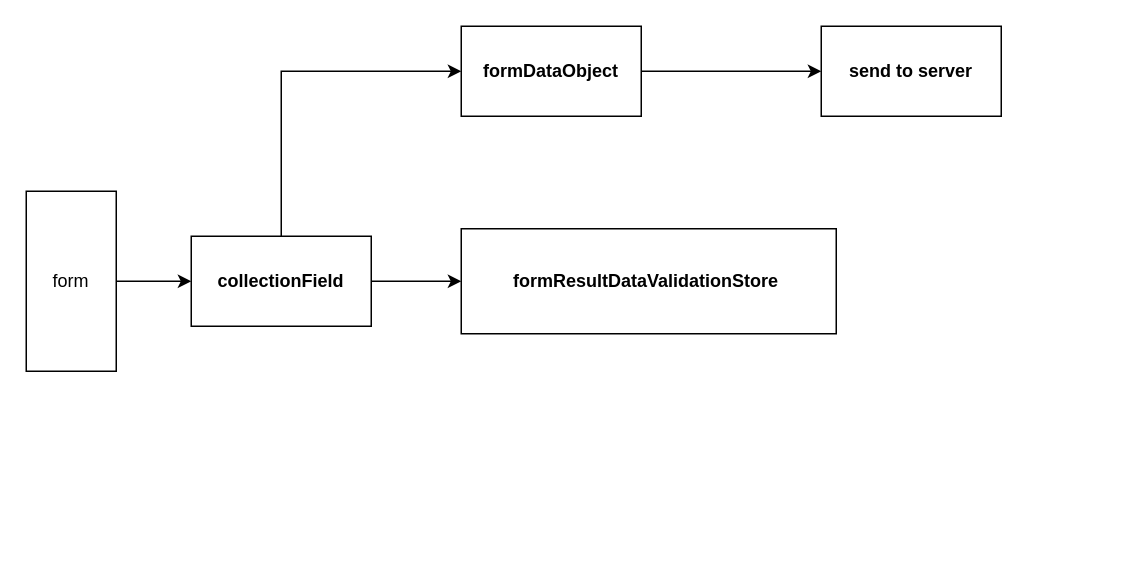
yvelio/test keeps this draw.io diagram as Untitled Diagram.drawio. Above is the earlier version. Source tidied: cells renumbered, new cells numbered last; positions are measured from the earlier drawing's top-left corner, leaving out a move shared by most shapes. Both pictures are drawn from the tidied source at 150%, with x=0, y=0 at pixel (26, 26).
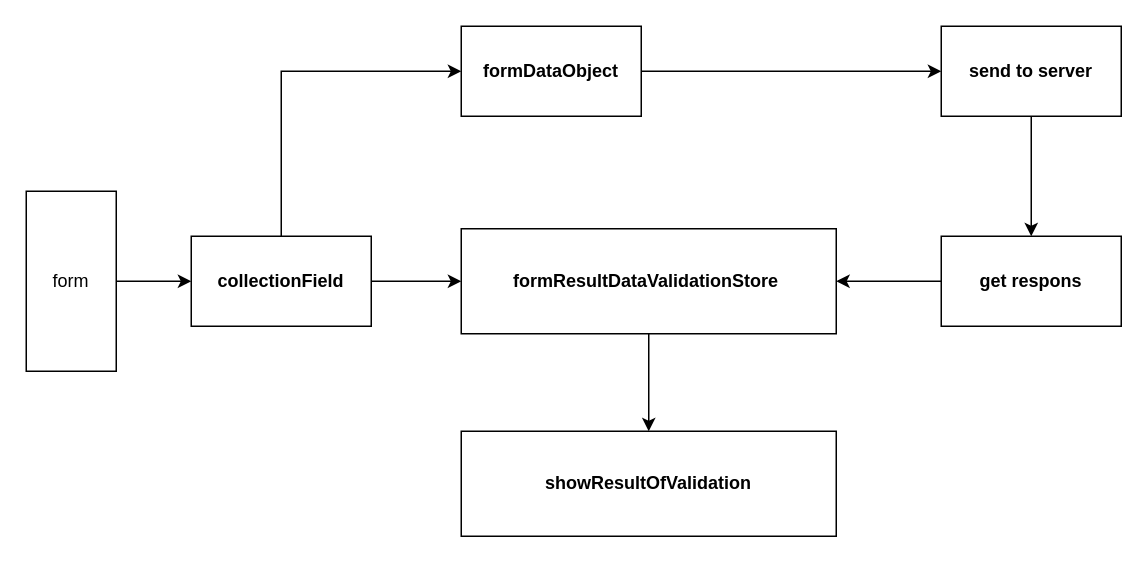
The same page after the edit.

The edit, as a diff of the source:
```diff
@@
 <mxGraphModel>
   <root>
     <mxCell id="0" />
     <mxCell id="1" parent="0" />
+    <mxCell id="11" style="edgeStyle=orthogonalEdgeStyle;rounded=0;jettySize=auto;html=1;entryX=0.5;entryY=0;entryDx=0;entryDy=0;" parent="1" edge="1" source="2" target="15">
+      <mxGeometry relative="1" as="geometry" />
+    </mxCell>
     <mxCell id="2" value="&lt;span style=&quot;font-weight: 600&quot;&gt;formResultDataValidationStore&amp;nbsp;&lt;/span&gt;" style="rounded=0;whiteSpace=wrap;html=1;" parent="1" vertex="1">
       <mxGeometry x="290" y="135" width="250" height="70" as="geometry" />
     </mxCell>
-    <mxCell id="3" style="edgeStyle=orthogonalEdgeStyle;rounded=0;jettySize=auto;html=1;exitX=1;exitY=0.5;exitDx=0;exitDy=0;" parent="1" edge="1" source="4">
-      <mxGeometry relative="1" as="geometry">
-        <mxPoint x="530" y="30" as="targetPoint" />
-      </mxGeometry>
+    <mxCell id="3" style="edgeStyle=orthogonalEdgeStyle;rounded=0;jettySize=auto;html=1;exitX=1;exitY=0.5;exitDx=0;exitDy=0;entryX=0;entryY=0.5;entryDx=0;entryDy=0;" parent="1" edge="1" source="4" target="10">
+      <mxGeometry relative="1" as="geometry" />
     </mxCell>
     <mxCell id="4" value="&lt;span style=&quot;font-weight: 600&quot;&gt;formDataObject&lt;/span&gt;" style="rounded=0;whiteSpace=wrap;html=1;" parent="1" vertex="1">
       <mxGeometry x="290" width="120" height="60" as="geometry" />
     </mxCell>
     <mxCell id="5" style="edgeStyle=orthogonalEdgeStyle;rounded=0;jettySize=auto;html=1;" parent="1" edge="1" source="6" target="9">
       <mxGeometry relative="1" as="geometry" />
     </mxCell>
     <mxCell id="6" value="form" style="rounded=0;whiteSpace=wrap;html=1;direction=south;" parent="1" vertex="1">
       <mxGeometry y="110" width="60" height="120" as="geometry" />
     </mxCell>
     <mxCell id="7" style="edgeStyle=orthogonalEdgeStyle;rounded=0;jettySize=auto;html=1;" parent="1" edge="1" source="9" target="2">
       <mxGeometry relative="1" as="geometry" />
     </mxCell>
     <mxCell id="8" style="edgeStyle=orthogonalEdgeStyle;rounded=0;jettySize=auto;html=1;entryX=0;entryY=0.5;entryDx=0;entryDy=0;" parent="1" edge="1" source="9" target="4">
       <mxGeometry relative="1" as="geometry">
         <Array as="points">
           <mxPoint x="170" y="30" />
         </Array>
       </mxGeometry>
     </mxCell>
     <mxCell id="9" value="&lt;span style=&quot;font-weight: 600&quot;&gt;collectionField&lt;/span&gt;" style="whiteSpace=wrap;html=1;rounded=0;" parent="1" vertex="1">
       <mxGeometry x="110" y="140" width="120" height="60" as="geometry" />
     </mxCell>
+    <mxCell id="12" style="edgeStyle=orthogonalEdgeStyle;rounded=0;jettySize=auto;html=1;entryX=0.5;entryY=0;entryDx=0;entryDy=0;" parent="1" edge="1" source="10" target="14">
+      <mxGeometry relative="1" as="geometry" />
+    </mxCell>
-    <mxCell id="10" value="&lt;b&gt;send to server&lt;/b&gt;" style="rounded=0;whiteSpace=wrap;html=1;" parent="1" vertex="1">
-      <mxGeometry x="530" width="120" height="60" as="geometry" />
+    <mxCell id="10" value="&lt;span style=&quot;font-weight: 600&quot;&gt;send to server&lt;/span&gt;" style="rounded=0;whiteSpace=wrap;html=1;" parent="1" vertex="1">
+      <mxGeometry x="610" width="120" height="60" as="geometry" />
     </mxCell>
+    <mxCell id="13" style="edgeStyle=orthogonalEdgeStyle;rounded=0;jettySize=auto;html=1;entryX=1;entryY=0.5;entryDx=0;entryDy=0;" parent="1" edge="1" source="14" target="2">
+      <mxGeometry relative="1" as="geometry" />
+    </mxCell>
+    <mxCell id="14" value="&lt;span style=&quot;font-weight: 600&quot;&gt;get respons&lt;/span&gt;" style="rounded=0;whiteSpace=wrap;html=1;" parent="1" vertex="1">
+      <mxGeometry x="610" y="140" width="120" height="60" as="geometry" />
+    </mxCell>
+    <mxCell id="15" value="&lt;b&gt;showResultOfValidation&lt;/b&gt;" style="rounded=0;whiteSpace=wrap;html=1;" parent="1" vertex="1">
+      <mxGeometry x="290" y="270" width="250" height="70" as="geometry" />
+    </mxCell>
   </root>
 </mxGraphModel>
```
